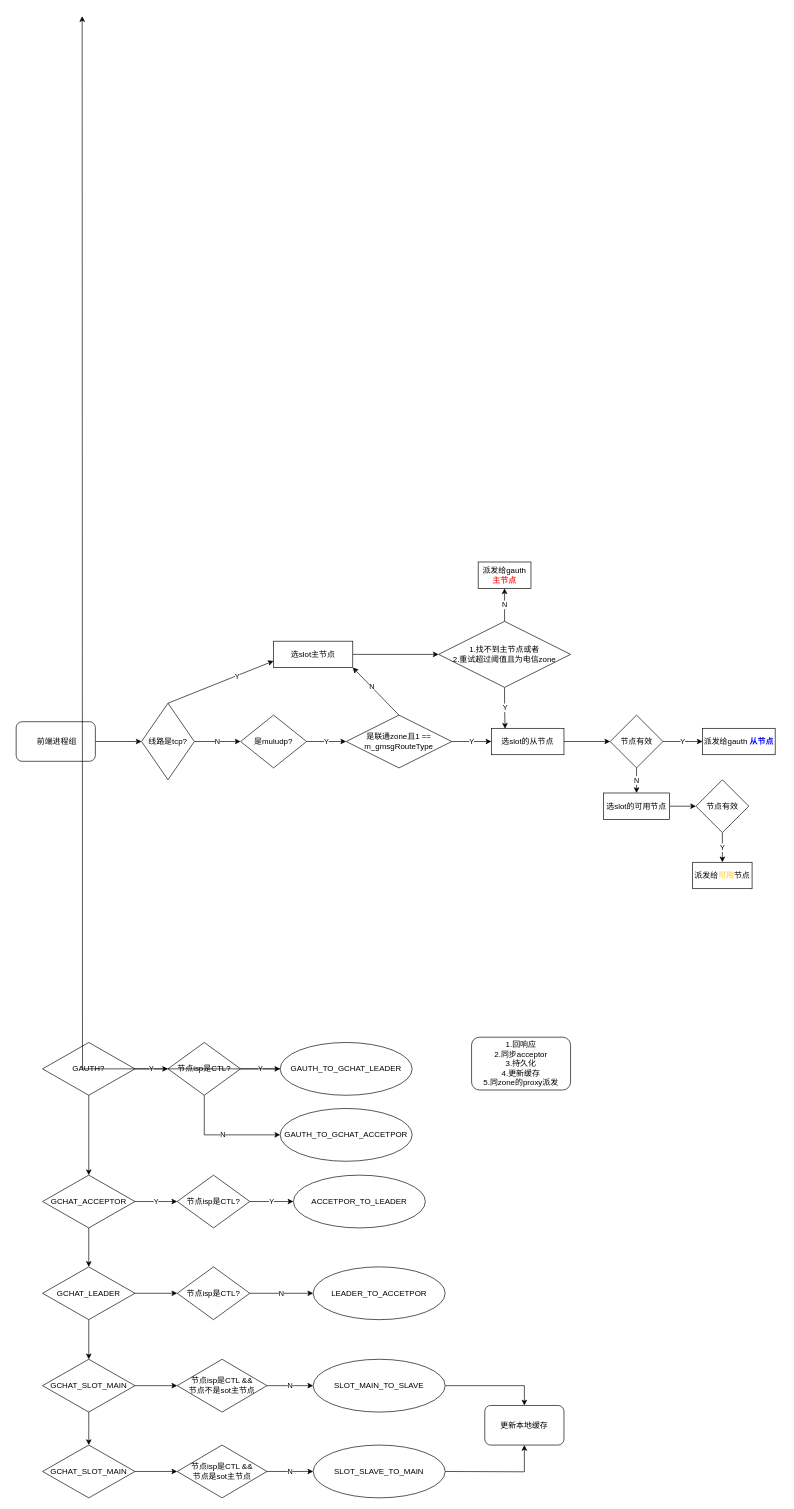
The draw.io diagram 群消息流程.drawio in zouzc/datagrams, before the edit. Source tidied: cells renumbered, new cells numbered last; positions are measured from the earlier drawing's top-left corner, leaving out a move shared by most shapes. Both pictures are drawn from the tidied source at 66%, with x=0, y=0 at pixel (16, 16).
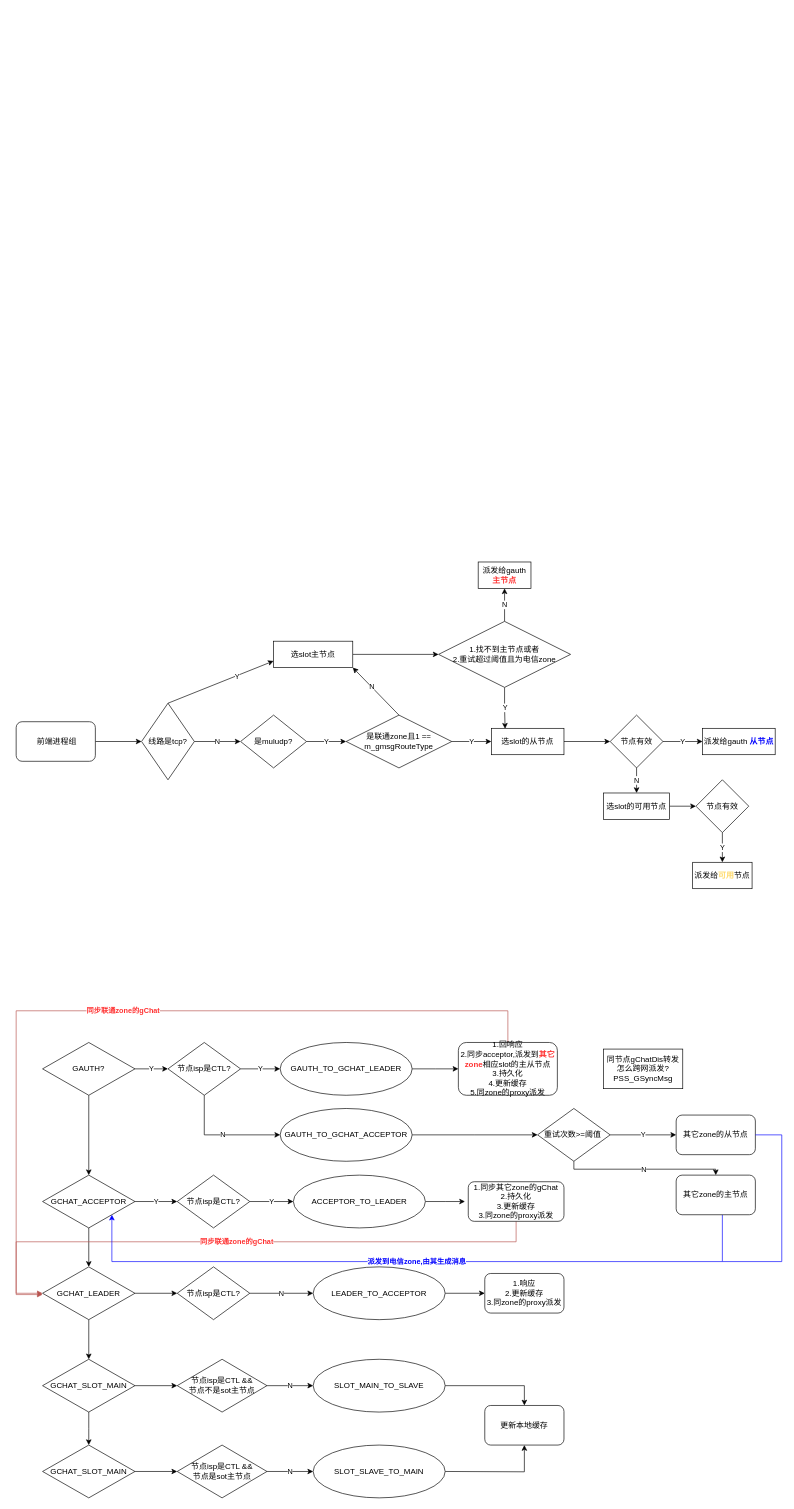
After the change.

Commit message (it also covers changes not shown here):
更新群消息流程.drawio

Unchanged cells that the change refers to:
```xml
<mxCell id="39" value="GCHAT_ACCEPTOR" style="rhombus;whiteSpace=wrap;html=1;" parent="1" vertex="1">
  <mxGeometry x="40" y="1756" width="140" height="80" as="geometry" />
</mxCell>
<mxCell id="41" value="GAUTH_TO_GCHAT_LEADER" style="ellipse;whiteSpace=wrap;html=1;" parent="1" vertex="1">
  <mxGeometry x="400" y="1555" width="200" height="80" as="geometry" />
</mxCell>
<mxCell id="48" value="GCHAT_LEADER" style="rhombus;whiteSpace=wrap;html=1;" parent="1" vertex="1">
  <mxGeometry x="40" y="1895" width="140" height="80" as="geometry" />
</mxCell>
```

Diff of the diagram source:
```diff
@@
-    <mxCell id="40" style="edgeStyle=orthogonalEdgeStyle;rounded=0;jettySize=auto;html=1;" parent="1" edge="1" source="41">
-      <mxGeometry relative="1" as="geometry">
-        <mxPoint x="100" as="targetPoint" />
-      </mxGeometry>
-    </mxCell>
+    <mxCell id="67" style="edgeStyle=orthogonalEdgeStyle;rounded=0;jettySize=auto;html=1;" parent="1" edge="1" source="41">
+      <mxGeometry relative="1" as="geometry">
+        <mxPoint x="670" y="1595" as="targetPoint" />
+      </mxGeometry>
+    </mxCell>
@@
+    <mxCell id="68" style="edgeStyle=orthogonalEdgeStyle;rounded=0;jettySize=auto;html=1;" parent="1" edge="1" source="42">
+      <mxGeometry relative="1" as="geometry">
+        <mxPoint x="790" y="1695" as="targetPoint" />
+      </mxGeometry>
+    </mxCell>
-    <mxCell id="42" value="GAUTH_TO_GCHAT_ACCETPOR" style="ellipse;whiteSpace=wrap;html=1;" parent="1" vertex="1">
+    <mxCell id="42" value="GAUTH_TO_GCHAT_ACCEPTOR" style="ellipse;whiteSpace=wrap;html=1;" parent="1" vertex="1">
       <mxGeometry x="400" y="1655" width="200" height="80" as="geometry" />
     </mxCell>
@@
+    <mxCell id="69" style="edgeStyle=orthogonalEdgeStyle;rounded=0;jettySize=auto;html=1;" parent="1" edge="1" source="45">
+      <mxGeometry relative="1" as="geometry">
+        <mxPoint x="680" y="1796" as="targetPoint" />
+      </mxGeometry>
+    </mxCell>
-    <mxCell id="45" value="ACCETPOR_TO_LEADER" style="ellipse;whiteSpace=wrap;html=1;" parent="1" vertex="1">
+    <mxCell id="45" value="ACCEPTOR_TO_LEADER" style="ellipse;whiteSpace=wrap;html=1;" parent="1" vertex="1">
       <mxGeometry x="420" y="1756" width="200" height="80" as="geometry" />
     </mxCell>
@@
+    <mxCell id="70" style="edgeStyle=orthogonalEdgeStyle;rounded=0;jettySize=auto;html=1;entryX=0;entryY=0.5;entryDx=0;entryDy=0;" parent="1" edge="1" source="51" target="82">
+      <mxGeometry relative="1" as="geometry" />
+    </mxCell>
-    <mxCell id="51" value="LEADER_TO_ACCETPOR" style="ellipse;whiteSpace=wrap;html=1;" parent="1" vertex="1">
+    <mxCell id="51" value="LEADER_TO_ACCEPTOR" style="ellipse;whiteSpace=wrap;html=1;" parent="1" vertex="1">
       <mxGeometry x="450" y="1895" width="200" height="80" as="geometry" />
     </mxCell>
@@
+    <mxCell id="71" value="同步联通zone的gChat" style="edgeStyle=orthogonalEdgeStyle;rounded=0;jettySize=auto;html=1;entryX=0;entryY=0.5;entryDx=0;entryDy=0;fillColor=#f8cecc;strokeColor=#b85450;fontStyle=1;fontColor=#FF3333;" parent="1" edge="1" source="66" target="48">
+      <mxGeometry relative="1" as="geometry">
+        <Array as="points">
+          <mxPoint x="745" y="1507" />
+          <mxPoint y="1507" />
+          <mxPoint y="1935" />
+        </Array>
+      </mxGeometry>
+    </mxCell>
-    <mxCell id="66" value="1.回响应&lt;br&gt;2.同步acceptor&lt;br&gt;3.持久化&lt;br&gt;4.更新缓存&lt;br&gt;5.同zone的proxy派发" style="rounded=1;whiteSpace=wrap;html=1;" parent="1" vertex="1">
-      <mxGeometry x="690" y="1547" width="150" height="80" as="geometry" />
+    <mxCell id="66" value="1.回响应&lt;br&gt;2.同步acceptor,派发到&lt;b&gt;&lt;font color=&quot;#ff3333&quot;&gt;其它zone&lt;/font&gt;&lt;/b&gt;相应slot的主从节点&lt;br&gt;3.持久化&lt;br&gt;4.更新缓存&lt;br&gt;5.同zone的proxy派发" style="rounded=1;whiteSpace=wrap;html=1;" parent="1" vertex="1">
+      <mxGeometry x="670" y="1555" width="150" height="80" as="geometry" />
     </mxCell>
+    <mxCell id="72" value="同节点gChatDis转发&lt;br&gt;怎么跨网派发?&lt;br&gt;PSS_GSyncMsg" style="rounded=0;whiteSpace=wrap;html=1;" parent="1" vertex="1">
+      <mxGeometry x="890" y="1565" width="120" height="60" as="geometry" />
+    </mxCell>
+    <mxCell id="73" value="同步联通zone的gChat" style="edgeStyle=orthogonalEdgeStyle;rounded=0;jettySize=auto;html=1;fillColor=#f8cecc;strokeColor=#b85450;fontStyle=1;fontColor=#FF3333;" parent="1" edge="1" source="74">
+      <mxGeometry relative="1" as="geometry">
+        <mxPoint x="40" y="1937" as="targetPoint" />
+        <Array as="points">
+          <mxPoint x="758" y="1857" />
+          <mxPoint y="1857" />
+          <mxPoint y="1937" />
+        </Array>
+      </mxGeometry>
+    </mxCell>
+    <mxCell id="74" value="1.同步其它zone的gChat&lt;br&gt;2.持久化&lt;br&gt;3.更新缓存&lt;br&gt;3.同zone的proxy派发" style="rounded=1;whiteSpace=wrap;html=1;" parent="1" vertex="1">
+      <mxGeometry x="685" y="1766" width="145" height="60" as="geometry" />
+    </mxCell>
+    <mxCell id="75" value="Y" style="edgeStyle=orthogonalEdgeStyle;rounded=0;jettySize=auto;html=1;" parent="1" edge="1" source="77">
+      <mxGeometry relative="1" as="geometry">
+        <mxPoint x="1000" y="1695" as="targetPoint" />
+      </mxGeometry>
+    </mxCell>
+    <mxCell id="76" value="N" style="edgeStyle=orthogonalEdgeStyle;rounded=0;jettySize=auto;html=1;exitX=0.5;exitY=1;exitDx=0;exitDy=0;entryX=0.5;entryY=0;entryDx=0;entryDy=0;" parent="1" edge="1" source="77" target="80">
+      <mxGeometry relative="1" as="geometry">
+        <Array as="points">
+          <mxPoint x="845" y="1747" />
+          <mxPoint x="1060" y="1747" />
+        </Array>
+      </mxGeometry>
+    </mxCell>
+    <mxCell id="77" value="重试次数&amp;gt;=阈值&amp;nbsp;" style="rhombus;whiteSpace=wrap;html=1;" parent="1" vertex="1">
+      <mxGeometry x="790" y="1655" width="110" height="80" as="geometry" />
+    </mxCell>
+    <mxCell id="78" value="其它zone的从节点" style="rounded=1;whiteSpace=wrap;html=1;" parent="1" vertex="1">
+      <mxGeometry x="1000" y="1665" width="120" height="60" as="geometry" />
+    </mxCell>
+    <mxCell id="79" value="派发到电信zone,由其生成消息" style="edgeStyle=orthogonalEdgeStyle;rounded=0;jettySize=auto;html=1;entryX=1;entryY=1;entryDx=0;entryDy=0;fillColor=#f8cecc;strokeColor=#0000FF;fontStyle=1;fontColor=#0000FF;" parent="1" edge="1" source="80" target="39">
+      <mxGeometry relative="1" as="geometry">
+        <Array as="points">
+          <mxPoint x="1070" y="1887" />
+          <mxPoint x="145" y="1887" />
+        </Array>
+      </mxGeometry>
+    </mxCell>
+    <mxCell id="80" value="其它zone的主节点" style="rounded=1;whiteSpace=wrap;html=1;" parent="1" vertex="1">
+      <mxGeometry x="1000" y="1756" width="120" height="60" as="geometry" />
+    </mxCell>
+    <mxCell id="81" style="endArrow=none;html=1;rounded=0;exitX=1;exitY=0.5;exitDx=0;exitDy=0;strokeColor=#0000FF;" parent="1" edge="1" source="78">
+      <mxGeometry relative="1" as="geometry">
+        <mxPoint x="1070" y="1887" as="targetPoint" />
+        <Array as="points">
+          <mxPoint x="1160" y="1695" />
+          <mxPoint x="1160" y="1887" />
+        </Array>
+      </mxGeometry>
+    </mxCell>
+    <mxCell id="82" value="1.响应&lt;br&gt;2.更新缓存&lt;br&gt;3.同zone的proxy派发" style="rounded=1;whiteSpace=wrap;html=1;" parent="1" vertex="1">
+      <mxGeometry x="710" y="1905" width="120" height="60" as="geometry" />
+    </mxCell>
```
